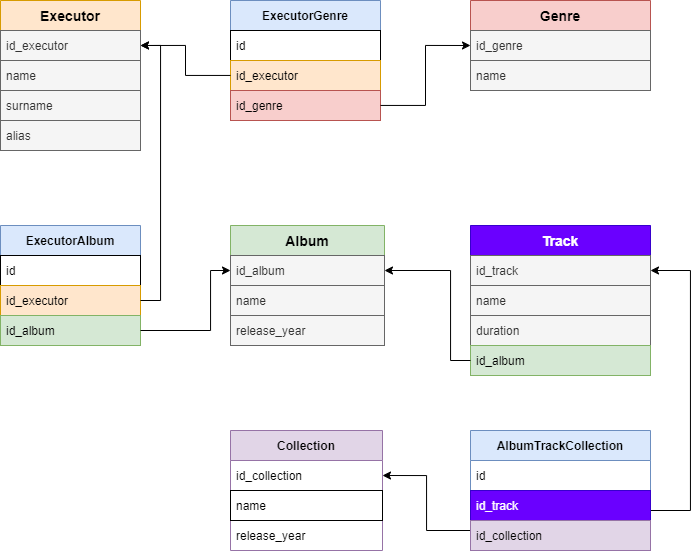
Earlier version of the draw.io export shema_db.png (bas27/hw_db_fpy46). Source tidied: cells renumbered, new cells last; positions are measured from the earlier drawing's top-left corner, leaving out a move shared by most shapes.
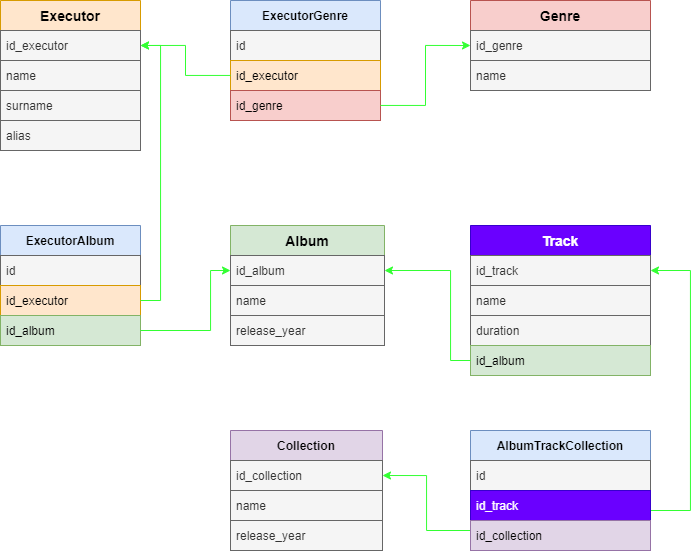
Later version of the same file.

Change to the diagram source:
```diff
@@ -53,7 +53,7 @@
     <mxCell id="18" value="name" style="text;strokeColor=#666666;fillColor=#f5f5f5;align=left;verticalAlign=middle;spacingLeft=4;spacingRight=4;overflow=hidden;fontColor=#333333;" parent="16" vertex="1">
       <mxGeometry y="60" width="180" height="30" as="geometry" />
     </mxCell>
-    <mxCell id="19" style="edgeStyle=orthogonalEdgeStyle;rounded=0;jettySize=auto;html=1;entryX=1;entryY=0.5;entryDx=0;entryDy=0;" parent="1" edge="1" source="15" target="8">
+    <mxCell id="19" style="edgeStyle=orthogonalEdgeStyle;rounded=0;jettySize=auto;html=1;entryX=1;entryY=0.5;entryDx=0;entryDy=0;strokeColor=#33FF33;" parent="1" edge="1" source="15" target="8">
       <mxGeometry relative="1" as="geometry">
         <Array as="points">
           <mxPoint x="450" y="360" />
@@ -64,7 +64,7 @@
     <mxCell id="20" value="ExecutorGenre" style="swimlane;fontStyle=1;horizontal=1;startSize=30;fillColor=#dae8fc;strokeColor=#6c8ebf;" parent="1" vertex="1">
       <mxGeometry x="230" width="150" height="120" as="geometry" />
     </mxCell>
-    <mxCell id="21" value="id" style="text;strokeColor=default;fillColor=none;align=left;verticalAlign=middle;spacingLeft=4;spacingRight=4;overflow=hidden;" parent="20" vertex="1">
+    <mxCell id="21" value="id" style="text;strokeColor=#666666;fillColor=#f5f5f5;align=left;verticalAlign=middle;spacingLeft=4;spacingRight=4;overflow=hidden;fontColor=#333333;" parent="20" vertex="1">
       <mxGeometry y="30" width="150" height="30" as="geometry" />
     </mxCell>
     <mxCell id="22" value="id_executor" style="text;strokeColor=#d79b00;fillColor=#ffe6cc;align=left;verticalAlign=middle;spacingLeft=4;spacingRight=4;overflow=hidden;points=[[0,0.5],[1,0.5]];portConstraint=eastwest;" parent="20" vertex="1">
@@ -73,16 +73,16 @@
     <mxCell id="23" value="id_genre" style="text;strokeColor=#b85450;fillColor=#f8cecc;align=left;verticalAlign=middle;spacingLeft=4;spacingRight=4;overflow=hidden;points=[[0,0.5],[1,0.5]];portConstraint=eastwest;" parent="20" vertex="1">
       <mxGeometry y="90" width="150" height="30" as="geometry" />
     </mxCell>
-    <mxCell id="24" style="edgeStyle=orthogonalEdgeStyle;rounded=0;jettySize=auto;html=1;entryX=1;entryY=0.5;entryDx=0;entryDy=0;" parent="1" edge="1" source="22" target="3">
+    <mxCell id="24" style="edgeStyle=orthogonalEdgeStyle;rounded=0;jettySize=auto;html=1;entryX=1;entryY=0.5;entryDx=0;entryDy=0;strokeColor=#33FF33;" parent="1" edge="1" source="22" target="3">
       <mxGeometry relative="1" as="geometry" />
     </mxCell>
-    <mxCell id="25" style="edgeStyle=orthogonalEdgeStyle;rounded=0;jettySize=auto;html=1;entryX=0;entryY=0.5;entryDx=0;entryDy=0;" parent="1" edge="1" source="23" target="16">
+    <mxCell id="25" style="edgeStyle=orthogonalEdgeStyle;rounded=0;jettySize=auto;html=1;entryX=0;entryY=0.5;entryDx=0;entryDy=0;strokeColor=#33FF33;" parent="1" edge="1" source="23" target="16">
       <mxGeometry relative="1" as="geometry" />
     </mxCell>
     <mxCell id="26" value="ExecutorAlbum" style="swimlane;fontStyle=1;horizontal=1;startSize=30;fillColor=#dae8fc;strokeColor=#6c8ebf;" parent="1" vertex="1">
       <mxGeometry y="225" width="140" height="120" as="geometry" />
     </mxCell>
-    <mxCell id="27" value="id" style="text;strokeColor=default;fillColor=none;align=left;verticalAlign=middle;spacingLeft=4;spacingRight=4;overflow=hidden;" parent="26" vertex="1">
+    <mxCell id="27" value="id" style="text;strokeColor=#666666;fillColor=#f5f5f5;align=left;verticalAlign=middle;spacingLeft=4;spacingRight=4;overflow=hidden;fontColor=#333333;" parent="26" vertex="1">
       <mxGeometry y="30" width="140" height="30" as="geometry" />
     </mxCell>
     <mxCell id="28" value="id_executor" style="text;strokeColor=#d79b00;fillColor=#ffe6cc;align=left;verticalAlign=middle;spacingLeft=4;spacingRight=4;overflow=hidden;points=[[0,0.5],[1,0.5]];portConstraint=eastwest;" parent="26" vertex="1">
@@ -91,7 +91,7 @@
     <mxCell id="29" value="id_album" style="text;strokeColor=#82b366;fillColor=#d5e8d4;align=left;verticalAlign=middle;spacingLeft=4;spacingRight=4;overflow=hidden;points=[[0,0.5],[1,0.5]];portConstraint=eastwest;" parent="26" vertex="1">
       <mxGeometry y="90" width="140" height="30" as="geometry" />
     </mxCell>
-    <mxCell id="30" style="edgeStyle=orthogonalEdgeStyle;rounded=0;jettySize=auto;html=1;entryX=1;entryY=0.5;entryDx=0;entryDy=0;" parent="1" edge="1" source="28" target="3">
+    <mxCell id="30" style="edgeStyle=orthogonalEdgeStyle;rounded=0;jettySize=auto;html=1;entryX=1;entryY=0.5;entryDx=0;entryDy=0;strokeColor=#33FF33;" parent="1" edge="1" source="28" target="3">
       <mxGeometry relative="1" as="geometry">
         <Array as="points">
           <mxPoint x="160" y="300" />
@@ -99,7 +99,7 @@
         </Array>
       </mxGeometry>
     </mxCell>
-    <mxCell id="31" style="edgeStyle=orthogonalEdgeStyle;rounded=0;jettySize=auto;html=1;entryX=0;entryY=0.5;entryDx=0;entryDy=0;" parent="1" edge="1" source="29" target="8">
+    <mxCell id="31" style="edgeStyle=orthogonalEdgeStyle;rounded=0;jettySize=auto;html=1;entryX=0;entryY=0.5;entryDx=0;entryDy=0;strokeColor=#33FF33;" parent="1" edge="1" source="29" target="8">
       <mxGeometry relative="1" as="geometry">
         <Array as="points">
           <mxPoint x="210" y="330" />
@@ -110,16 +110,16 @@
     <mxCell id="32" value="Collection" style="swimlane;fontStyle=1;horizontal=1;startSize=30;fillColor=#e1d5e7;strokeColor=#9673a6;" parent="1" vertex="1">
       <mxGeometry x="230" y="430" width="152" height="120" as="geometry" />
     </mxCell>
-    <mxCell id="33" value="id_collection" style="text;strokeColor=none;fillColor=none;align=left;verticalAlign=middle;spacingLeft=4;spacingRight=4;overflow=hidden;points=[[0,0.5],[1,0.5]];portConstraint=eastwest;" parent="32" vertex="1">
+    <mxCell id="33" value="id_collection" style="text;strokeColor=#666666;fillColor=#f5f5f5;align=left;verticalAlign=middle;spacingLeft=4;spacingRight=4;overflow=hidden;points=[[0,0.5],[1,0.5]];portConstraint=eastwest;fontColor=#333333;" parent="32" vertex="1">
       <mxGeometry y="30" width="152" height="30" as="geometry" />
     </mxCell>
-    <mxCell id="34" value="name" style="text;strokeColor=default;fillColor=none;align=left;verticalAlign=middle;spacingLeft=4;spacingRight=4;overflow=hidden;" parent="32" vertex="1">
+    <mxCell id="34" value="name" style="text;strokeColor=#666666;fillColor=#f5f5f5;align=left;verticalAlign=middle;spacingLeft=4;spacingRight=4;overflow=hidden;fontColor=#333333;" parent="32" vertex="1">
       <mxGeometry y="60" width="152" height="30" as="geometry" />
     </mxCell>
-    <mxCell id="35" value="release_year" style="text;strokeColor=none;fillColor=none;align=left;verticalAlign=middle;spacingLeft=4;spacingRight=4;overflow=hidden;" parent="32" vertex="1">
+    <mxCell id="35" value="release_year" style="text;strokeColor=#666666;fillColor=#f5f5f5;align=left;verticalAlign=middle;spacingLeft=4;spacingRight=4;overflow=hidden;fontColor=#333333;" parent="32" vertex="1">
       <mxGeometry y="90" width="152" height="30" as="geometry" />
     </mxCell>
-    <mxCell id="36" style="edgeStyle=orthogonalEdgeStyle;rounded=0;jettySize=auto;html=1;" parent="1" edge="1" source="38" target="12">
+    <mxCell id="36" style="edgeStyle=orthogonalEdgeStyle;rounded=0;jettySize=auto;html=1;strokeColor=#33FF33;" parent="1" edge="1" source="38" target="12">
       <mxGeometry relative="1" as="geometry">
         <Array as="points">
           <mxPoint x="690" y="510" />
@@ -127,7 +127,7 @@
         </Array>
       </mxGeometry>
     </mxCell>
-    <mxCell id="37" style="edgeStyle=orthogonalEdgeStyle;rounded=0;jettySize=auto;html=1;entryX=1;entryY=0.5;entryDx=0;entryDy=0;" parent="1" edge="1" source="38" target="33">
+    <mxCell id="37" style="edgeStyle=orthogonalEdgeStyle;rounded=0;jettySize=auto;html=1;entryX=1;entryY=0.5;entryDx=0;entryDy=0;strokeColor=#33FF33;" parent="1" edge="1" source="38" target="33">
       <mxGeometry relative="1" as="geometry">
         <Array as="points">
           <mxPoint x="426" y="530" />
@@ -138,7 +138,7 @@
     <mxCell id="38" value="AlbumTrackCollection" style="swimlane;fontStyle=1;horizontal=1;startSize=30;fillColor=#dae8fc;strokeColor=#6c8ebf;" parent="1" vertex="1">
       <mxGeometry x="470" y="430" width="180" height="120" as="geometry" />
     </mxCell>
-    <mxCell id="39" value="id" style="text;strokeColor=none;fillColor=none;align=left;verticalAlign=middle;spacingLeft=4;spacingRight=4;overflow=hidden;" parent="38" vertex="1">
+    <mxCell id="39" value="id" style="text;strokeColor=#666666;fillColor=#f5f5f5;align=left;verticalAlign=middle;spacingLeft=4;spacingRight=4;overflow=hidden;fontColor=#333333;" parent="38" vertex="1">
       <mxGeometry y="30" width="180" height="30" as="geometry" />
     </mxCell>
     <mxCell id="40" value="id_track" style="text;strokeColor=#3700CC;fillColor=#6a00ff;align=left;verticalAlign=middle;spacingLeft=4;spacingRight=4;overflow=hidden;fontColor=#ffffff;" parent="38" vertex="1">
```
